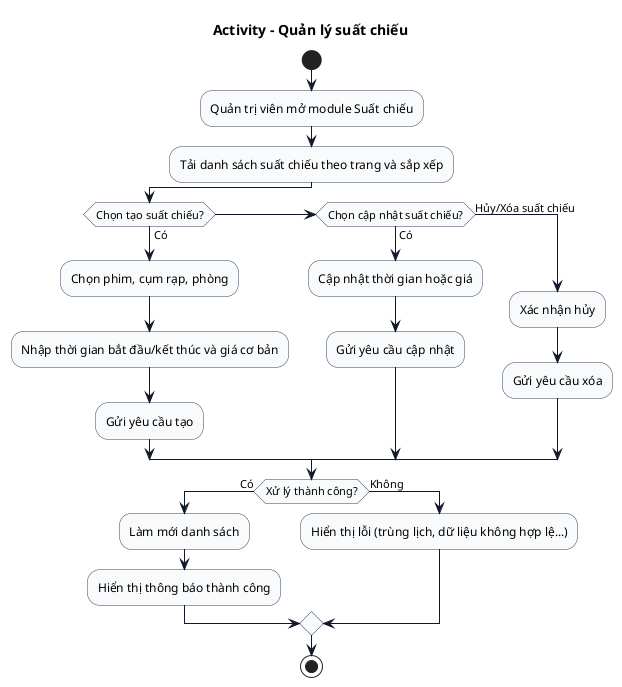
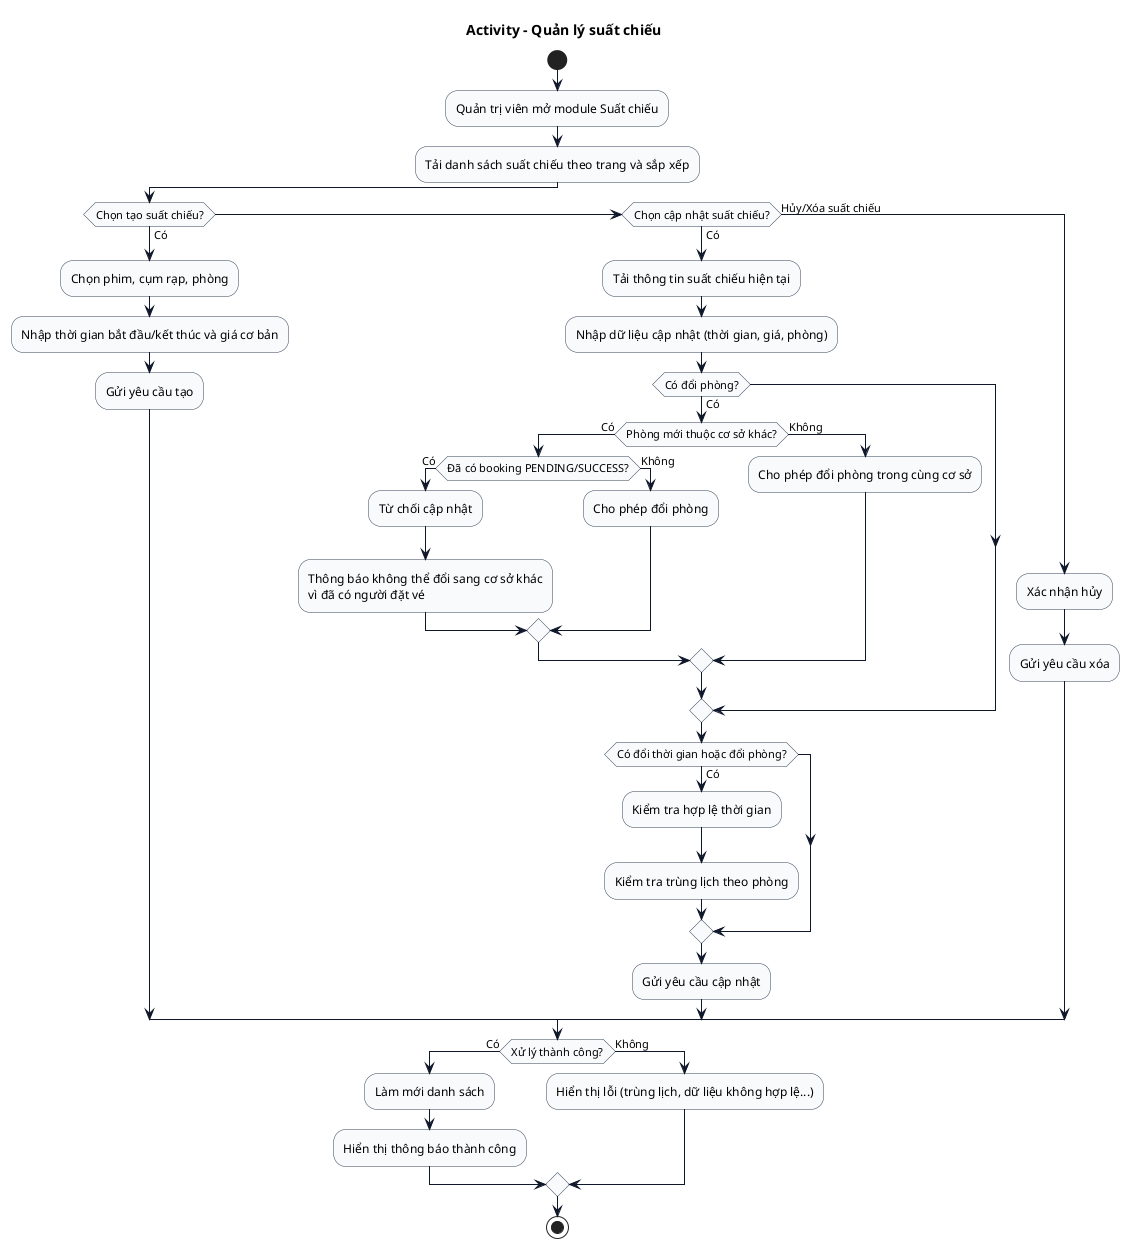
@startuml
skinparam shadowing false
skinparam activity {
  BackgroundColor #F8FAFC
  BorderColor #334155
  ArrowColor #0F172A
}

title Activity - Quản lý suất chiếu

start
:Quản trị viên mở module Suất chiếu;
:Tải danh sách suất chiếu theo trang và sắp xếp;
if (Chọn tạo suất chiếu?) then (Có)
  :Chọn phim, cụm rạp, phòng;
  :Nhập thời gian bắt đầu/kết thúc và giá cơ bản;
  :Gửi yêu cầu tạo;
elseif (Chọn cập nhật suất chiếu?) then (Có)
-   :Cập nhật thời gian hoặc giá;
+   :Tải thông tin suất chiếu hiện tại;
+   :Nhập dữ liệu cập nhật (thời gian, giá, phòng);
+   if (Có đổi phòng?) then (Có)
+     if (Phòng mới thuộc cơ sở khác?) then (Có)
+       if (Đã có booking PENDING/SUCCESS?) then (Có)
+         :Từ chối cập nhật;
+         :Thông báo không thể đổi sang cơ sở khác
+         vì đã có người đặt vé;
+       else (Không)
+         :Cho phép đổi phòng;
+       endif
+     else (Không)
+       :Cho phép đổi phòng trong cùng cơ sở;
+     endif
+   endif
+   if (Có đổi thời gian hoặc đổi phòng?) then (Có)
+     :Kiểm tra hợp lệ thời gian;
+     :Kiểm tra trùng lịch theo phòng;
+   endif
  :Gửi yêu cầu cập nhật;
else (Hủy/Xóa suất chiếu)
  :Xác nhận hủy;
  :Gửi yêu cầu xóa;
endif
if (Xử lý thành công?) then (Có)
  :Làm mới danh sách;
  :Hiển thị thông báo thành công;
else (Không)
  :Hiển thị lỗi (trùng lịch, dữ liệu không hợp lệ...);
endif
stop
@enduml

